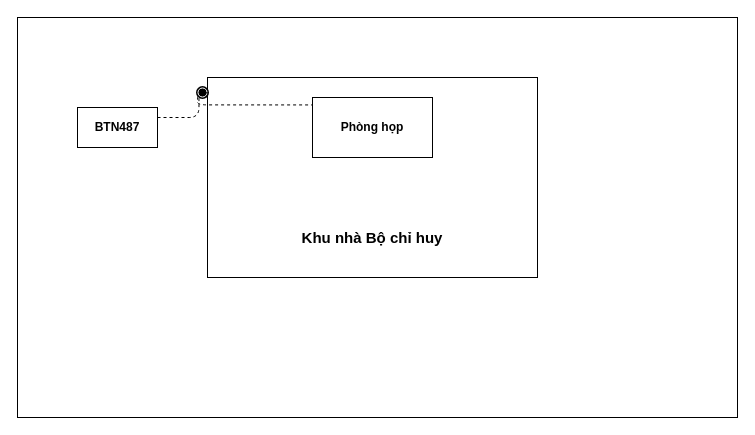
Earlier version of the draw.io diagram Untitled Diagram.drawio (TranAnhSon/viettel.github.io). Source tidied: cells renumbered, new cells numbered last; positions are measured from the earlier drawing's top-left corner, leaving out a move shared by most shapes. Both pictures are drawn from the tidied source at 100%, with x=0, y=0 at pixel (17, 17).
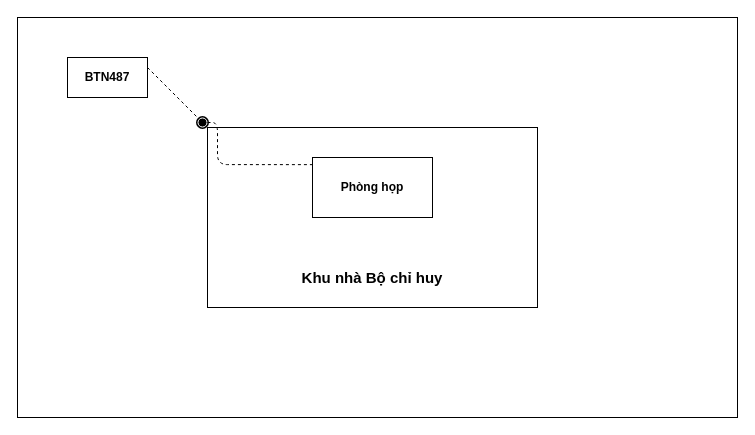
The same page after the edit.

Change to the diagram source:
```diff
@@
 <mxGraphModel>
   <root>
     <mxCell id="0" />
     <mxCell id="1" parent="0" />
     <mxCell id="2" style="rounded=0;whiteSpace=wrap;html=1;" parent="1" vertex="1">
       <mxGeometry width="720" height="400" as="geometry" />
     </mxCell>
     <mxCell id="3" value="BTN487" style="rounded=0;whiteSpace=wrap;html=1;fontStyle=1;" parent="1" vertex="1">
-      <mxGeometry x="60" y="90" width="80" height="40" as="geometry" />
+      <mxGeometry x="50" y="40" width="80" height="40" as="geometry" />
     </mxCell>
     <mxCell id="4" style="rounded=0;whiteSpace=wrap;html=1;" parent="1" vertex="1">
-      <mxGeometry x="190" y="60" width="330" height="200" as="geometry" />
+      <mxGeometry x="190" y="110" width="330" height="180" as="geometry" />
     </mxCell>
     <mxCell id="5" value="Phòng họp" style="rounded=0;whiteSpace=wrap;html=1;fontStyle=1;" parent="1" vertex="1">
-      <mxGeometry x="295" y="80" width="120" height="60" as="geometry" />
+      <mxGeometry x="295" y="140" width="120" height="60" as="geometry" />
     </mxCell>
-    <mxCell id="6" style="endArrow=none;dashed=1;html=1;exitX=1;exitY=0.25;exitDx=0;exitDy=0;entryX=-0.002;entryY=0.1;entryDx=0;entryDy=0;entryPerimeter=0;edgeStyle=orthogonalEdgeStyle;" parent="1" edge="1" source="7" target="4">
-      <mxGeometry relative="1" as="geometry" />
-    </mxCell>
+    <mxCell id="8" style="endArrow=none;dashed=1;html=1;exitX=1;exitY=0.25;exitDx=0;exitDy=0;entryX=0.145;entryY=0.145;entryDx=0;entryDy=0;entryPerimeter=0;" parent="1" edge="1" source="3" target="7">
+      <mxGeometry relative="1" as="geometry" />
+    </mxCell>
+    <mxCell id="10" value="Khu nhà Bộ chỉ huy" style="text;html=1;strokeColor=none;fillColor=none;align=center;verticalAlign=middle;whiteSpace=wrap;rounded=0;fontStyle=1;fontSize=15;" parent="1" vertex="1">
+      <mxGeometry x="280" y="250" width="150" height="20" as="geometry" />
+    </mxCell>
     <mxCell id="7" style="shape=mxgraph.bpmn.shape;html=1;verticalLabelPosition=bottom;labelBackgroundColor=#ffffff;verticalAlign=top;align=center;perimeter=ellipsePerimeter;outlineConnect=0;outline=end;symbol=terminate;" parent="1" vertex="1">
-      <mxGeometry x="180" y="70" width="10" height="10" as="geometry" />
+      <mxGeometry x="180" y="100" width="10" height="10" as="geometry" />
     </mxCell>
-    <mxCell id="8" style="endArrow=none;dashed=1;html=1;exitX=1;exitY=0.25;exitDx=0;exitDy=0;entryX=0.145;entryY=0.855;entryDx=0;entryDy=0;entryPerimeter=0;edgeStyle=orthogonalEdgeStyle;" parent="1" edge="1" source="3" target="7">
-      <mxGeometry relative="1" as="geometry" />
-    </mxCell>
-    <mxCell id="9" style="endArrow=none;dashed=1;html=1;exitX=0.002;exitY=0.077;exitDx=0;exitDy=0;exitPerimeter=0;entryX=0.001;entryY=0.124;entryDx=0;entryDy=0;entryPerimeter=0;edgeStyle=orthogonalEdgeStyle;" parent="1" edge="1" source="4" target="5">
-      <mxGeometry relative="1" as="geometry" />
-    </mxCell>
-    <mxCell id="10" value="Khu nhà Bộ chỉ huy" style="text;html=1;strokeColor=none;fillColor=none;align=center;verticalAlign=middle;whiteSpace=wrap;rounded=0;fontStyle=1;fontSize=15;" parent="1" vertex="1">
-      <mxGeometry x="280" y="210" width="150" height="20" as="geometry" />
-    </mxCell>
+    <mxCell id="11" style="endArrow=none;dashed=1;html=1;fontSize=15;exitX=1;exitY=0.5;exitDx=0;exitDy=0;entryX=0.006;entryY=0.119;entryDx=0;entryDy=0;entryPerimeter=0;edgeStyle=orthogonalEdgeStyle;" parent="1" edge="1" source="7" target="5">
+      <mxGeometry relative="1" as="geometry">
+        <Array as="points">
+          <mxPoint x="200" y="147" />
+        </Array>
+      </mxGeometry>
+    </mxCell>
   </root>
 </mxGraphModel>
```
